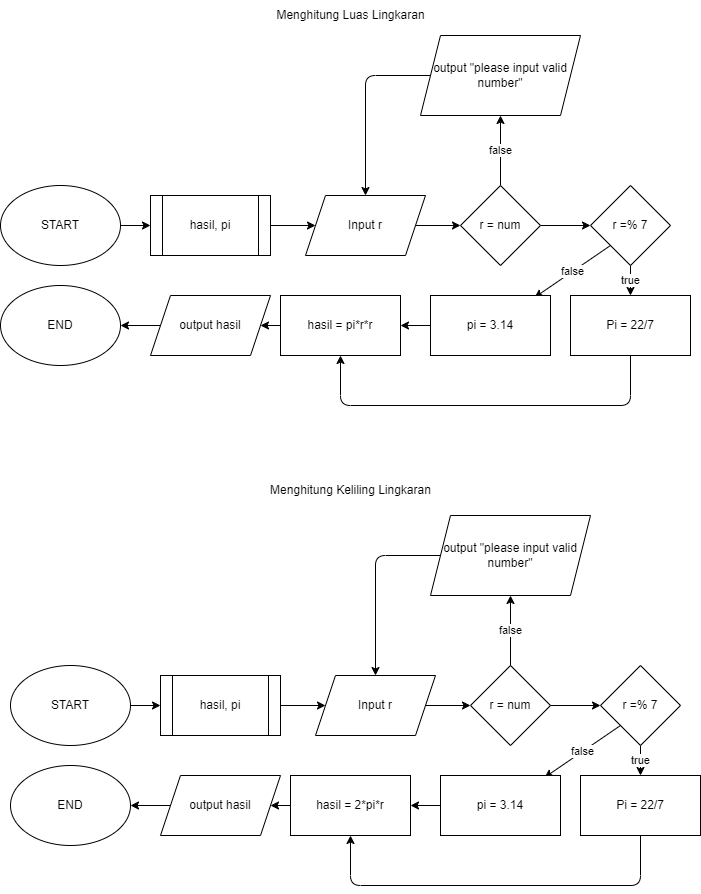
This is 5-flowchart luas dan keliling lingkaran.png from patih1/fwg17-computer-science, a draw.io export, as it was before one commit. Source tidied: cells renumbered, new cells last; positions are measured from the earlier drawing's top-left corner, leaving out a move shared by most shapes. Its diagram source:
```xml
<mxGraphModel>
  <root>
    <mxCell id="0" />
    <mxCell id="1" parent="0" />
    <mxCell id="2" style="edgeStyle=none;html=1;" parent="1" edge="1" source="3" target="7">
      <mxGeometry relative="1" as="geometry" />
    </mxCell>
    <mxCell id="3" value="START" style="ellipse;whiteSpace=wrap;html=1;" parent="1" vertex="1">
      <mxGeometry y="185" width="120" height="80" as="geometry" />
    </mxCell>
    <mxCell id="4" style="edgeStyle=none;html=1;" parent="1" edge="1" source="5" target="10">
      <mxGeometry relative="1" as="geometry" />
    </mxCell>
    <mxCell id="5" value="Input r" style="shape=parallelogram;perimeter=parallelogramPerimeter;whiteSpace=wrap;html=1;fixedSize=1;" parent="1" vertex="1">
      <mxGeometry x="305" y="195" width="120" height="60" as="geometry" />
    </mxCell>
    <mxCell id="6" style="edgeStyle=none;html=1;" parent="1" edge="1" source="7" target="5">
      <mxGeometry relative="1" as="geometry" />
    </mxCell>
    <mxCell id="7" value="hasil, pi" style="shape=process;whiteSpace=wrap;html=1;backgroundOutline=1;" parent="1" vertex="1">
      <mxGeometry x="150" y="195" width="120" height="60" as="geometry" />
    </mxCell>
    <mxCell id="8" value="false" style="edgeStyle=none;html=1;" parent="1" edge="1" source="10" target="12">
      <mxGeometry relative="1" as="geometry" />
    </mxCell>
    <mxCell id="9" style="edgeStyle=none;html=1;" parent="1" edge="1" source="10" target="15">
      <mxGeometry relative="1" as="geometry" />
    </mxCell>
    <mxCell id="10" value="r = num" style="rhombus;whiteSpace=wrap;html=1;" parent="1" vertex="1">
      <mxGeometry x="460" y="185" width="80" height="80" as="geometry" />
    </mxCell>
    <mxCell id="11" style="edgeStyle=none;html=1;exitX=0;exitY=0.5;exitDx=0;exitDy=0;entryX=0.5;entryY=0;entryDx=0;entryDy=0;" parent="1" edge="1" source="12" target="5">
      <mxGeometry relative="1" as="geometry">
        <Array as="points">
          <mxPoint x="365" y="75" />
        </Array>
      </mxGeometry>
    </mxCell>
    <mxCell id="12" value="output &quot;please input valid number&quot;" style="shape=parallelogram;perimeter=parallelogramPerimeter;whiteSpace=wrap;html=1;fixedSize=1;" parent="1" vertex="1">
      <mxGeometry x="420" y="35" width="160" height="80" as="geometry" />
    </mxCell>
    <mxCell id="13" value="true" style="edgeStyle=none;html=1;" parent="1" edge="1" source="15" target="17">
      <mxGeometry relative="1" as="geometry" />
    </mxCell>
    <mxCell id="14" value="false" style="edgeStyle=none;html=1;exitX=0;exitY=1;exitDx=0;exitDy=0;entryX=0.867;entryY=0.033;entryDx=0;entryDy=0;entryPerimeter=0;" parent="1" edge="1" source="15" target="19">
      <mxGeometry relative="1" as="geometry" />
    </mxCell>
    <mxCell id="15" value="r =% 7" style="rhombus;whiteSpace=wrap;html=1;" parent="1" vertex="1">
      <mxGeometry x="590" y="185" width="80" height="80" as="geometry" />
    </mxCell>
    <mxCell id="16" style="edgeStyle=none;html=1;exitX=0.5;exitY=1;exitDx=0;exitDy=0;entryX=0.5;entryY=1;entryDx=0;entryDy=0;" parent="1" edge="1" source="17" target="21">
      <mxGeometry relative="1" as="geometry">
        <Array as="points">
          <mxPoint x="630" y="405" />
          <mxPoint x="340" y="405" />
        </Array>
      </mxGeometry>
    </mxCell>
    <mxCell id="17" value="Pi = 22/7" style="whiteSpace=wrap;html=1;" parent="1" vertex="1">
      <mxGeometry x="570" y="295" width="120" height="60" as="geometry" />
    </mxCell>
    <mxCell id="18" style="edgeStyle=none;html=1;" parent="1" edge="1" source="19" target="21">
      <mxGeometry relative="1" as="geometry" />
    </mxCell>
    <mxCell id="19" value="pi = 3.14" style="rounded=0;whiteSpace=wrap;html=1;" parent="1" vertex="1">
      <mxGeometry x="430" y="295" width="120" height="60" as="geometry" />
    </mxCell>
    <mxCell id="20" style="edgeStyle=none;html=1;exitX=0;exitY=0.5;exitDx=0;exitDy=0;" parent="1" edge="1" source="21" target="23">
      <mxGeometry relative="1" as="geometry" />
    </mxCell>
    <mxCell id="21" value="hasil = pi*r*r" style="rounded=0;whiteSpace=wrap;html=1;" parent="1" vertex="1">
      <mxGeometry x="280" y="295" width="120" height="60" as="geometry" />
    </mxCell>
    <mxCell id="22" style="edgeStyle=none;html=1;" parent="1" edge="1" source="23" target="24">
      <mxGeometry relative="1" as="geometry" />
    </mxCell>
    <mxCell id="23" value="output hasil" style="shape=parallelogram;perimeter=parallelogramPerimeter;whiteSpace=wrap;html=1;fixedSize=1;" parent="1" vertex="1">
      <mxGeometry x="150" y="295" width="120" height="60" as="geometry" />
    </mxCell>
    <mxCell id="24" value="END" style="ellipse;whiteSpace=wrap;html=1;" parent="1" vertex="1">
      <mxGeometry y="285" width="120" height="80" as="geometry" />
    </mxCell>
    <mxCell id="25" style="edgeStyle=none;html=1;" parent="1" edge="1" source="26" target="30">
      <mxGeometry relative="1" as="geometry" />
    </mxCell>
    <mxCell id="26" value="START" style="ellipse;whiteSpace=wrap;html=1;" parent="1" vertex="1">
      <mxGeometry x="10" y="665" width="120" height="80" as="geometry" />
    </mxCell>
    <mxCell id="27" style="edgeStyle=none;html=1;" parent="1" edge="1" source="28" target="33">
      <mxGeometry relative="1" as="geometry" />
    </mxCell>
    <mxCell id="28" value="Input r" style="shape=parallelogram;perimeter=parallelogramPerimeter;whiteSpace=wrap;html=1;fixedSize=1;" parent="1" vertex="1">
      <mxGeometry x="315" y="675" width="120" height="60" as="geometry" />
    </mxCell>
    <mxCell id="29" style="edgeStyle=none;html=1;" parent="1" edge="1" source="30" target="28">
      <mxGeometry relative="1" as="geometry" />
    </mxCell>
    <mxCell id="30" value="hasil, pi" style="shape=process;whiteSpace=wrap;html=1;backgroundOutline=1;" parent="1" vertex="1">
      <mxGeometry x="160" y="675" width="120" height="60" as="geometry" />
    </mxCell>
    <mxCell id="31" value="false" style="edgeStyle=none;html=1;" parent="1" edge="1" source="33" target="35">
      <mxGeometry relative="1" as="geometry" />
    </mxCell>
    <mxCell id="32" style="edgeStyle=none;html=1;" parent="1" edge="1" source="33" target="38">
      <mxGeometry relative="1" as="geometry" />
    </mxCell>
    <mxCell id="33" value="r = num" style="rhombus;whiteSpace=wrap;html=1;" parent="1" vertex="1">
      <mxGeometry x="470" y="665" width="80" height="80" as="geometry" />
    </mxCell>
    <mxCell id="34" style="edgeStyle=none;html=1;exitX=0;exitY=0.5;exitDx=0;exitDy=0;entryX=0.5;entryY=0;entryDx=0;entryDy=0;" parent="1" edge="1" source="35" target="28">
      <mxGeometry relative="1" as="geometry">
        <Array as="points">
          <mxPoint x="375" y="555" />
        </Array>
      </mxGeometry>
    </mxCell>
    <mxCell id="35" value="output &quot;please input valid number&quot;" style="shape=parallelogram;perimeter=parallelogramPerimeter;whiteSpace=wrap;html=1;fixedSize=1;" parent="1" vertex="1">
      <mxGeometry x="430" y="515" width="160" height="80" as="geometry" />
    </mxCell>
    <mxCell id="36" value="true" style="edgeStyle=none;html=1;" parent="1" edge="1" source="38" target="40">
      <mxGeometry relative="1" as="geometry" />
    </mxCell>
    <mxCell id="37" value="false" style="edgeStyle=none;html=1;exitX=0;exitY=1;exitDx=0;exitDy=0;entryX=0.867;entryY=0.033;entryDx=0;entryDy=0;entryPerimeter=0;" parent="1" edge="1" source="38" target="42">
      <mxGeometry relative="1" as="geometry" />
    </mxCell>
    <mxCell id="38" value="r =% 7" style="rhombus;whiteSpace=wrap;html=1;" parent="1" vertex="1">
      <mxGeometry x="600" y="665" width="80" height="80" as="geometry" />
    </mxCell>
    <mxCell id="39" style="edgeStyle=none;html=1;exitX=0.5;exitY=1;exitDx=0;exitDy=0;entryX=0.5;entryY=1;entryDx=0;entryDy=0;" parent="1" edge="1" source="40" target="44">
      <mxGeometry relative="1" as="geometry">
        <Array as="points">
          <mxPoint x="640" y="885" />
          <mxPoint x="350" y="885" />
        </Array>
      </mxGeometry>
    </mxCell>
    <mxCell id="40" value="Pi = 22/7" style="whiteSpace=wrap;html=1;" parent="1" vertex="1">
      <mxGeometry x="580" y="775" width="120" height="60" as="geometry" />
    </mxCell>
    <mxCell id="41" style="edgeStyle=none;html=1;" parent="1" edge="1" source="42" target="44">
      <mxGeometry relative="1" as="geometry" />
    </mxCell>
    <mxCell id="42" value="pi = 3.14" style="rounded=0;whiteSpace=wrap;html=1;" parent="1" vertex="1">
      <mxGeometry x="440" y="775" width="120" height="60" as="geometry" />
    </mxCell>
    <mxCell id="43" style="edgeStyle=none;html=1;exitX=0;exitY=0.5;exitDx=0;exitDy=0;" parent="1" edge="1" source="44" target="46">
      <mxGeometry relative="1" as="geometry" />
    </mxCell>
    <mxCell id="44" value="hasil = 2*pi*r" style="rounded=0;whiteSpace=wrap;html=1;" parent="1" vertex="1">
      <mxGeometry x="290" y="775" width="120" height="60" as="geometry" />
    </mxCell>
    <mxCell id="45" style="edgeStyle=none;html=1;" parent="1" edge="1" source="46" target="47">
      <mxGeometry relative="1" as="geometry" />
    </mxCell>
    <mxCell id="46" value="output hasil" style="shape=parallelogram;perimeter=parallelogramPerimeter;whiteSpace=wrap;html=1;fixedSize=1;" parent="1" vertex="1">
      <mxGeometry x="160" y="775" width="120" height="60" as="geometry" />
    </mxCell>
    <mxCell id="47" value="END" style="ellipse;whiteSpace=wrap;html=1;" parent="1" vertex="1">
      <mxGeometry x="10" y="765" width="120" height="80" as="geometry" />
    </mxCell>
    <mxCell id="48" value="Menghitung Luas Lingkaran" style="text;html=1;align=center;verticalAlign=middle;strokeColor=none;fillColor=none;" parent="1" vertex="1">
      <mxGeometry x="265" width="170" height="30" as="geometry" />
    </mxCell>
    <mxCell id="49" value="Menghitung Keliling Lingkaran" style="text;html=1;align=center;verticalAlign=middle;strokeColor=none;fillColor=none;" parent="1" vertex="1">
      <mxGeometry x="260" y="475" width="180" height="30" as="geometry" />
    </mxCell>
  </root>
</mxGraphModel>
```
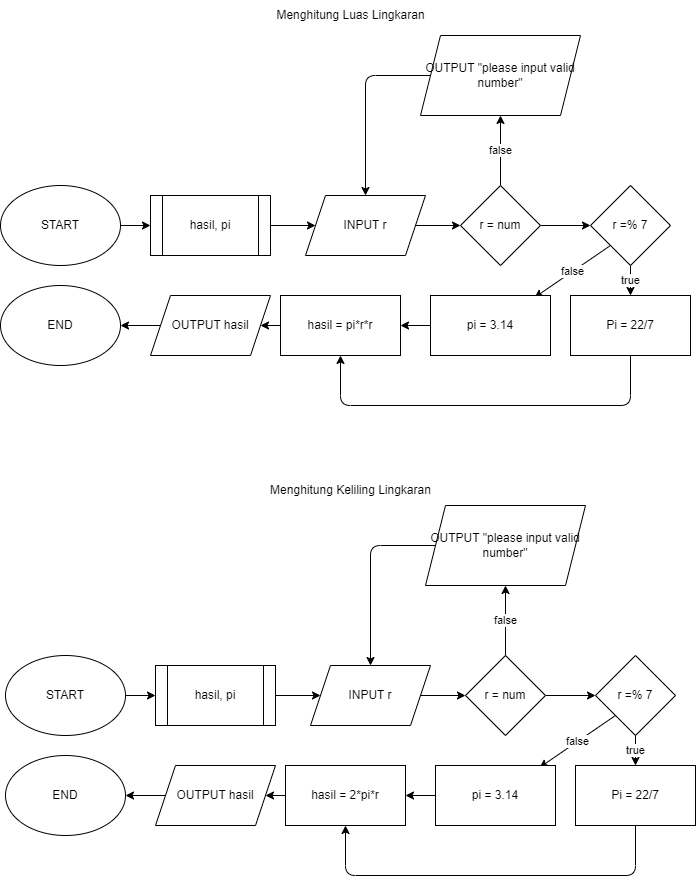
The same file after the commit.

What changed in the source:
```diff
@@ -11,7 +11,7 @@
     <mxCell id="4" style="edgeStyle=none;html=1;" parent="1" edge="1" source="5" target="10">
       <mxGeometry relative="1" as="geometry" />
     </mxCell>
-    <mxCell id="5" value="Input r" style="shape=parallelogram;perimeter=parallelogramPerimeter;whiteSpace=wrap;html=1;fixedSize=1;" parent="1" vertex="1">
+    <mxCell id="5" value="INPUT r" style="shape=parallelogram;perimeter=parallelogramPerimeter;whiteSpace=wrap;html=1;fixedSize=1;" parent="1" vertex="1">
       <mxGeometry x="305" y="195" width="120" height="60" as="geometry" />
     </mxCell>
     <mxCell id="6" style="edgeStyle=none;html=1;" parent="1" edge="1" source="7" target="5">
@@ -36,7 +36,7 @@
         </Array>
       </mxGeometry>
     </mxCell>
-    <mxCell id="12" value="output &quot;please input valid number&quot;" style="shape=parallelogram;perimeter=parallelogramPerimeter;whiteSpace=wrap;html=1;fixedSize=1;" parent="1" vertex="1">
+    <mxCell id="12" value="OUTPUT &quot;please input valid number&quot;" style="shape=parallelogram;perimeter=parallelogramPerimeter;whiteSpace=wrap;html=1;fixedSize=1;" parent="1" vertex="1">
       <mxGeometry x="420" y="35" width="160" height="80" as="geometry" />
     </mxCell>
     <mxCell id="13" value="true" style="edgeStyle=none;html=1;" parent="1" edge="1" source="15" target="17">
@@ -74,49 +74,55 @@
     <mxCell id="22" style="edgeStyle=none;html=1;" parent="1" edge="1" source="23" target="24">
       <mxGeometry relative="1" as="geometry" />
     </mxCell>
-    <mxCell id="23" value="output hasil" style="shape=parallelogram;perimeter=parallelogramPerimeter;whiteSpace=wrap;html=1;fixedSize=1;" parent="1" vertex="1">
+    <mxCell id="23" value="OUTPUT hasil" style="shape=parallelogram;perimeter=parallelogramPerimeter;whiteSpace=wrap;html=1;fixedSize=1;" parent="1" vertex="1">
       <mxGeometry x="150" y="295" width="120" height="60" as="geometry" />
     </mxCell>
     <mxCell id="24" value="END" style="ellipse;whiteSpace=wrap;html=1;" parent="1" vertex="1">
       <mxGeometry y="285" width="120" height="80" as="geometry" />
     </mxCell>
+    <mxCell id="48" value="Menghitung Luas Lingkaran" style="text;html=1;align=center;verticalAlign=middle;strokeColor=none;fillColor=none;" parent="1" vertex="1">
+      <mxGeometry x="265" width="170" height="30" as="geometry" />
+    </mxCell>
+    <mxCell id="49" value="Menghitung Keliling Lingkaran" style="text;html=1;align=center;verticalAlign=middle;strokeColor=none;fillColor=none;" parent="1" vertex="1">
+      <mxGeometry x="260" y="475" width="180" height="30" as="geometry" />
+    </mxCell>
     <mxCell id="25" style="edgeStyle=none;html=1;" parent="1" edge="1" source="26" target="30">
       <mxGeometry relative="1" as="geometry" />
     </mxCell>
     <mxCell id="26" value="START" style="ellipse;whiteSpace=wrap;html=1;" parent="1" vertex="1">
-      <mxGeometry x="10" y="665" width="120" height="80" as="geometry" />
+      <mxGeometry x="5" y="655" width="120" height="80" as="geometry" />
     </mxCell>
-    <mxCell id="27" style="edgeStyle=none;html=1;" parent="1" edge="1" source="28" target="33">
-      <mxGeometry relative="1" as="geometry" />
-    </mxCell>
-    <mxCell id="28" value="Input r" style="shape=parallelogram;perimeter=parallelogramPerimeter;whiteSpace=wrap;html=1;fixedSize=1;" parent="1" vertex="1">
-      <mxGeometry x="315" y="675" width="120" height="60" as="geometry" />
-    </mxCell>
-    <mxCell id="29" style="edgeStyle=none;html=1;" parent="1" edge="1" source="30" target="28">
-      <mxGeometry relative="1" as="geometry" />
-    </mxCell>
+    <mxCell id="50" style="edgeStyle=none;html=1;" parent="1" edge="1" source="51" target="33">
+      <mxGeometry relative="1" as="geometry" />
+    </mxCell>
+    <mxCell id="51" value="INPUT r" style="shape=parallelogram;perimeter=parallelogramPerimeter;whiteSpace=wrap;html=1;fixedSize=1;" parent="1" vertex="1">
+      <mxGeometry x="310" y="665" width="120" height="60" as="geometry" />
+    </mxCell>
+    <mxCell id="52" style="edgeStyle=none;html=1;" parent="1" edge="1" source="30" target="51">
+      <mxGeometry relative="1" as="geometry" />
+    </mxCell>
     <mxCell id="30" value="hasil, pi" style="shape=process;whiteSpace=wrap;html=1;backgroundOutline=1;" parent="1" vertex="1">
-      <mxGeometry x="160" y="675" width="120" height="60" as="geometry" />
+      <mxGeometry x="155" y="665" width="120" height="60" as="geometry" />
     </mxCell>
-    <mxCell id="31" value="false" style="edgeStyle=none;html=1;" parent="1" edge="1" source="33" target="35">
+    <mxCell id="31" value="false" style="edgeStyle=none;html=1;" parent="1" edge="1" source="33" target="54">
       <mxGeometry relative="1" as="geometry" />
     </mxCell>
     <mxCell id="32" style="edgeStyle=none;html=1;" parent="1" edge="1" source="33" target="38">
       <mxGeometry relative="1" as="geometry" />
     </mxCell>
     <mxCell id="33" value="r = num" style="rhombus;whiteSpace=wrap;html=1;" parent="1" vertex="1">
-      <mxGeometry x="470" y="665" width="80" height="80" as="geometry" />
+      <mxGeometry x="465" y="655" width="80" height="80" as="geometry" />
     </mxCell>
-    <mxCell id="34" style="edgeStyle=none;html=1;exitX=0;exitY=0.5;exitDx=0;exitDy=0;entryX=0.5;entryY=0;entryDx=0;entryDy=0;" parent="1" edge="1" source="35" target="28">
-      <mxGeometry relative="1" as="geometry">
-        <Array as="points">
-          <mxPoint x="375" y="555" />
-        </Array>
-      </mxGeometry>
-    </mxCell>
-    <mxCell id="35" value="output &quot;please input valid number&quot;" style="shape=parallelogram;perimeter=parallelogramPerimeter;whiteSpace=wrap;html=1;fixedSize=1;" parent="1" vertex="1">
-      <mxGeometry x="430" y="515" width="160" height="80" as="geometry" />
-    </mxCell>
+    <mxCell id="53" style="edgeStyle=none;html=1;exitX=0;exitY=0.5;exitDx=0;exitDy=0;entryX=0.5;entryY=0;entryDx=0;entryDy=0;" parent="1" edge="1" source="54" target="51">
+      <mxGeometry relative="1" as="geometry">
+        <Array as="points">
+          <mxPoint x="370" y="545" />
+        </Array>
+      </mxGeometry>
+    </mxCell>
+    <mxCell id="54" value="OUTPUT &quot;please input valid number&quot;" style="shape=parallelogram;perimeter=parallelogramPerimeter;whiteSpace=wrap;html=1;fixedSize=1;" parent="1" vertex="1">
+      <mxGeometry x="425" y="505" width="160" height="80" as="geometry" />
+    </mxCell>
     <mxCell id="36" value="true" style="edgeStyle=none;html=1;" parent="1" edge="1" source="38" target="40">
       <mxGeometry relative="1" as="geometry" />
     </mxCell>
@@ -124,45 +130,39 @@
       <mxGeometry relative="1" as="geometry" />
     </mxCell>
     <mxCell id="38" value="r =% 7" style="rhombus;whiteSpace=wrap;html=1;" parent="1" vertex="1">
-      <mxGeometry x="600" y="665" width="80" height="80" as="geometry" />
+      <mxGeometry x="595" y="655" width="80" height="80" as="geometry" />
     </mxCell>
     <mxCell id="39" style="edgeStyle=none;html=1;exitX=0.5;exitY=1;exitDx=0;exitDy=0;entryX=0.5;entryY=1;entryDx=0;entryDy=0;" parent="1" edge="1" source="40" target="44">
       <mxGeometry relative="1" as="geometry">
         <Array as="points">
-          <mxPoint x="640" y="885" />
-          <mxPoint x="350" y="885" />
+          <mxPoint x="635" y="875" />
+          <mxPoint x="345" y="875" />
         </Array>
       </mxGeometry>
     </mxCell>
     <mxCell id="40" value="Pi = 22/7" style="whiteSpace=wrap;html=1;" parent="1" vertex="1">
-      <mxGeometry x="580" y="775" width="120" height="60" as="geometry" />
+      <mxGeometry x="575" y="765" width="120" height="60" as="geometry" />
     </mxCell>
     <mxCell id="41" style="edgeStyle=none;html=1;" parent="1" edge="1" source="42" target="44">
       <mxGeometry relative="1" as="geometry" />
     </mxCell>
     <mxCell id="42" value="pi = 3.14" style="rounded=0;whiteSpace=wrap;html=1;" parent="1" vertex="1">
-      <mxGeometry x="440" y="775" width="120" height="60" as="geometry" />
+      <mxGeometry x="435" y="765" width="120" height="60" as="geometry" />
     </mxCell>
-    <mxCell id="43" style="edgeStyle=none;html=1;exitX=0;exitY=0.5;exitDx=0;exitDy=0;" parent="1" edge="1" source="44" target="46">
-      <mxGeometry relative="1" as="geometry" />
-    </mxCell>
+    <mxCell id="55" style="edgeStyle=none;html=1;exitX=0;exitY=0.5;exitDx=0;exitDy=0;" parent="1" edge="1" source="44" target="57">
+      <mxGeometry relative="1" as="geometry" />
+    </mxCell>
     <mxCell id="44" value="hasil = 2*pi*r" style="rounded=0;whiteSpace=wrap;html=1;" parent="1" vertex="1">
-      <mxGeometry x="290" y="775" width="120" height="60" as="geometry" />
+      <mxGeometry x="285" y="765" width="120" height="60" as="geometry" />
     </mxCell>
-    <mxCell id="45" style="edgeStyle=none;html=1;" parent="1" edge="1" source="46" target="47">
-      <mxGeometry relative="1" as="geometry" />
-    </mxCell>
-    <mxCell id="46" value="output hasil" style="shape=parallelogram;perimeter=parallelogramPerimeter;whiteSpace=wrap;html=1;fixedSize=1;" parent="1" vertex="1">
-      <mxGeometry x="160" y="775" width="120" height="60" as="geometry" />
-    </mxCell>
+    <mxCell id="56" style="edgeStyle=none;html=1;" parent="1" edge="1" source="57" target="47">
+      <mxGeometry relative="1" as="geometry" />
+    </mxCell>
+    <mxCell id="57" value="OUTPUT hasil" style="shape=parallelogram;perimeter=parallelogramPerimeter;whiteSpace=wrap;html=1;fixedSize=1;" parent="1" vertex="1">
+      <mxGeometry x="155" y="765" width="120" height="60" as="geometry" />
+    </mxCell>
     <mxCell id="47" value="END" style="ellipse;whiteSpace=wrap;html=1;" parent="1" vertex="1">
-      <mxGeometry x="10" y="765" width="120" height="80" as="geometry" />
+      <mxGeometry x="5" y="755" width="120" height="80" as="geometry" />
     </mxCell>
-    <mxCell id="48" value="Menghitung Luas Lingkaran" style="text;html=1;align=center;verticalAlign=middle;strokeColor=none;fillColor=none;" parent="1" vertex="1">
-      <mxGeometry x="265" width="170" height="30" as="geometry" />
-    </mxCell>
-    <mxCell id="49" value="Menghitung Keliling Lingkaran" style="text;html=1;align=center;verticalAlign=middle;strokeColor=none;fillColor=none;" parent="1" vertex="1">
-      <mxGeometry x="260" y="475" width="180" height="30" as="geometry" />
-    </mxCell>
   </root>
 </mxGraphModel>
```
